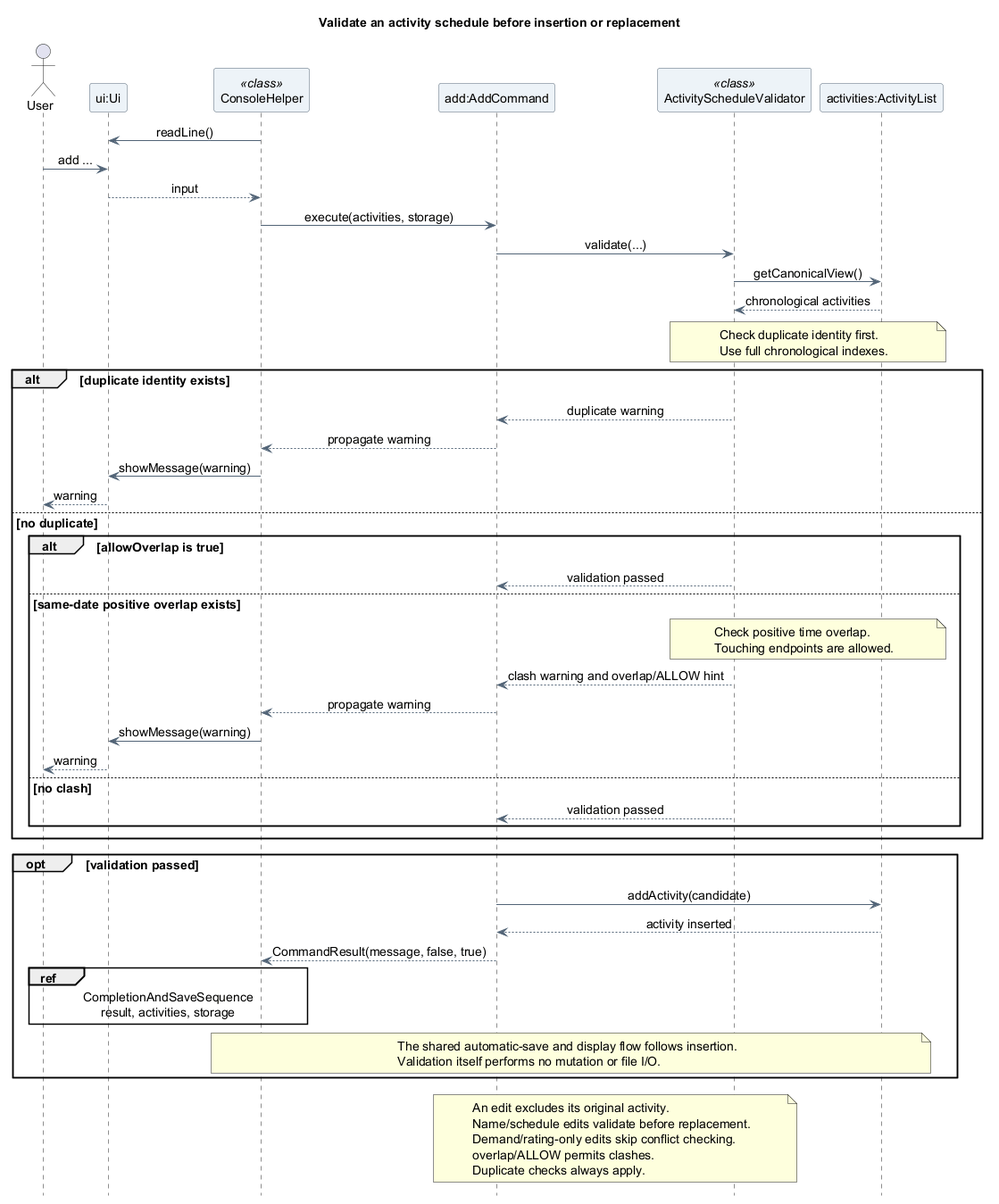
Above: docs/images/atharva/sequence/ActivityScheduleValidationSequence.png in AY2627S1-CS2113-T10-4/tp (PlantUML), before the change.
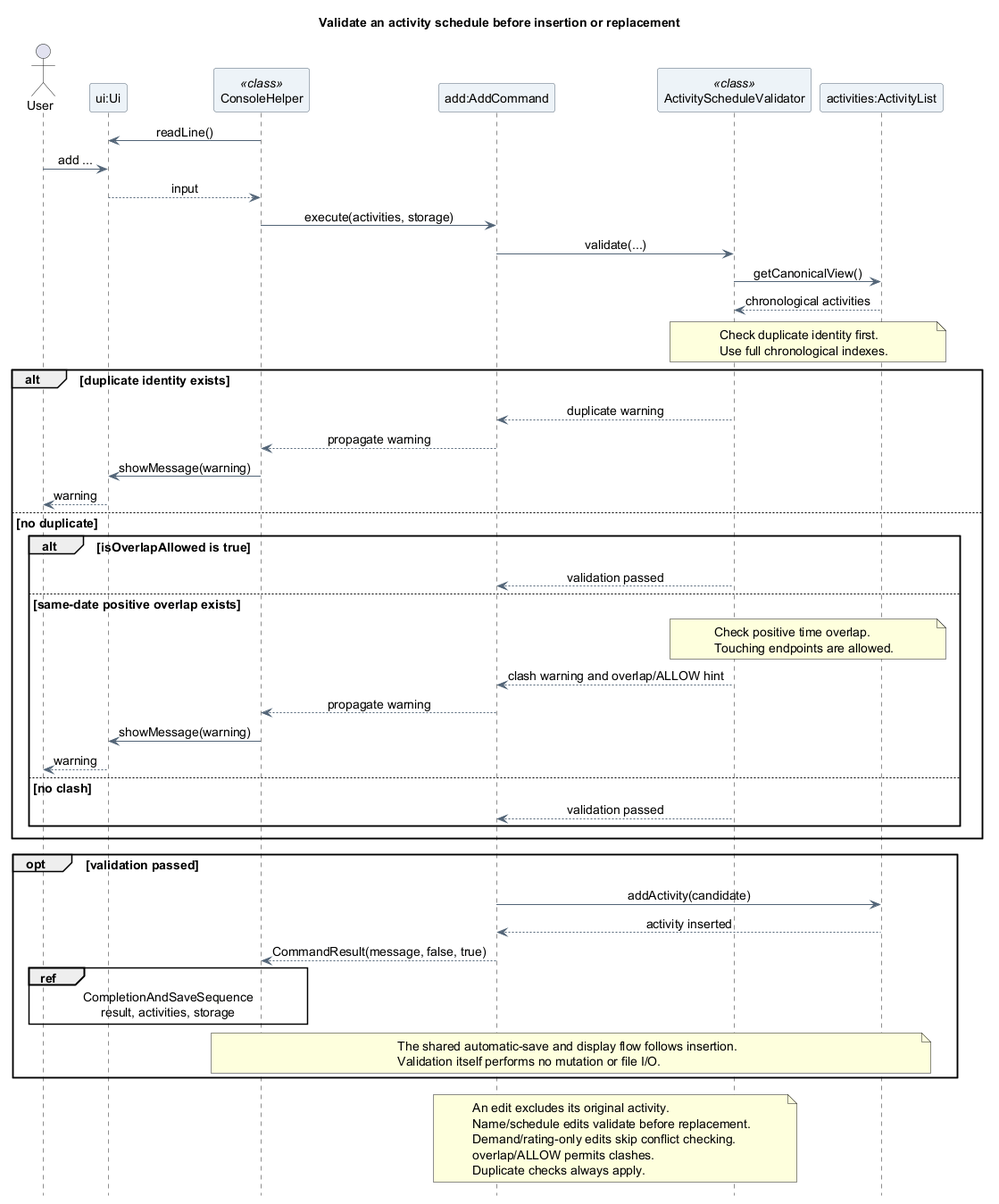
After the commit.

Change to the diagram source:
```diff
@@ -36,7 +36,7 @@
   Console -> UI : showMessage(warning)
   UI --> User : warning
 else no duplicate
-  alt allowOverlap is true
+  alt isOverlapAllowed is true
     Validator --> Add : validation passed
   else same-date positive overlap exists
     note over Validator, Activities
```
